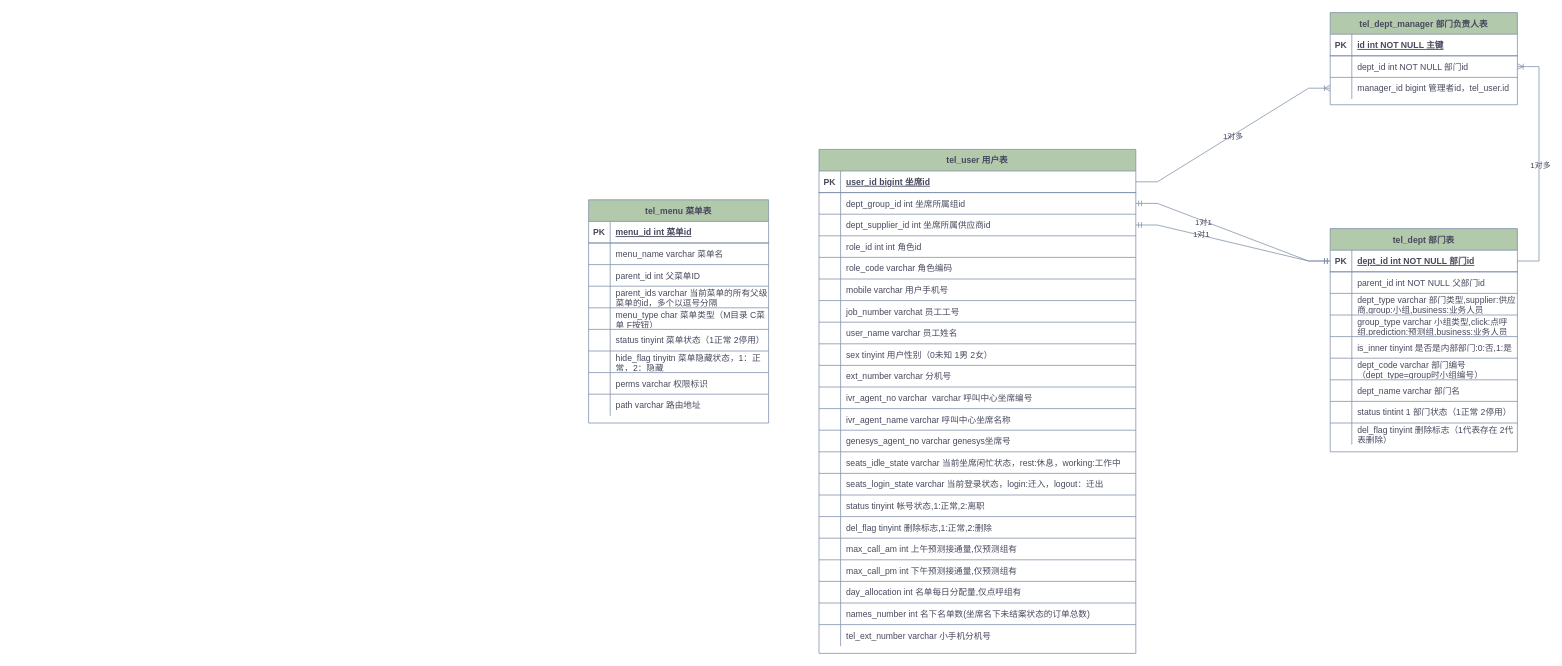
The draw.io diagram 电销系统ER图.drawio in yuanlj-tea/picgo, before the edit. Source tidied: cells renumbered, new cells numbered last; positions are measured from the earlier drawing's top-left corner, leaving out a move shared by most shapes. Both pictures are drawn from the tidied source at 72%, with x=0, y=0 at pixel (588, 12).
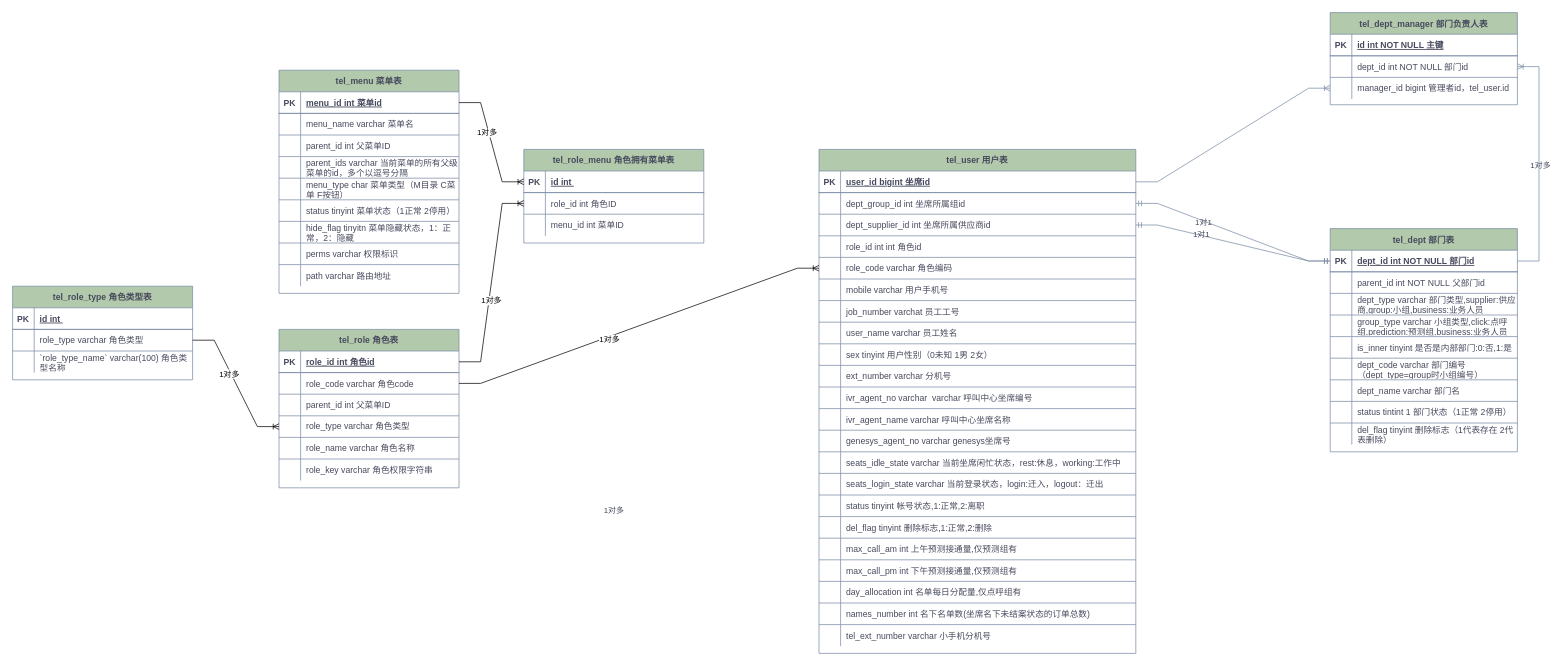
The same diagram, later.

Commit message (it also covers changes not shown here):
更新电销系统ER图.drawio

The change refers to these unchanged cells:
```xml
<mxCell id="53" style="shape=partialRectangle;fillColor=none;points=[[0,0.5],[1,0.5]];portConstraint=eastwest;top=0;left=0;right=0;bottom=0;labelBackgroundColor=none;strokeColor=#788AA3;fontColor=#46495D;" parent="40" vertex="1">
  <mxGeometry y="150" width="440" height="30" as="geometry" />
</mxCell>
<mxCell id="111" style="edgeStyle=entityRelationEdgeStyle;fontSize=12;html=1;endArrow=ERoneToMany;rounded=0;exitX=1;exitY=0.5;exitDx=0;exitDy=0;entryX=0;entryY=0.5;entryDx=0;entryDy=0;labelBackgroundColor=none;strokeColor=#788AA3;fontColor=default;" parent="1" edge="1" source="41" target="37">
  <mxGeometry relative="1" as="geometry">
    <Array as="points">
      <mxPoint x="340" y="340" />
      <mxPoint x="500" y="430" />
      <mxPoint x="330" y="380" />
      <mxPoint x="760" y="530" />
      <mxPoint x="470" y="450" />
      <mxPoint x="340" y="430" />
      <mxPoint x="550" y="380" />
    </Array>
  </mxGeometry>
</mxCell>
<mxCell id="114" style="shape=partialRectangle;fillColor=none;points=[[0,0.5],[1,0.5]];portConstraint=eastwest;top=0;left=0;right=0;bottom=1;labelBackgroundColor=none;strokeColor=#788AA3;fontColor=#46495D;" parent="113" vertex="1">
  <mxGeometry y="30" width="250" height="30" as="geometry" />
</mxCell>
```

What changed in the source:
```diff
@@
     <mxCell id="112" value="1对多" style="edgeLabel;html=1;align=center;verticalAlign=middle;labelBackgroundColor=none;fontColor=#46495D;" parent="111" vertex="1">
-      <mxGeometry x="-0.01" y="-1" relative="1" as="geometry" />
+      <mxGeometry x="-0.01" y="-1" relative="1" as="geometry">
+        <mxPoint x="-860" y="520" as="offset" />
+      </mxGeometry>
     </mxCell>
     <mxCell id="113" value="tel_menu 菜单表" style="shape=table;startSize=30;childLayout=tableLayout;rowLines=1;fontStyle=1;align=center;labelBackgroundColor=none;fillColor=#B2C9AB;strokeColor=#788AA3;fontColor=#46495D;" parent="1" vertex="1">
-      <mxGeometry y="260" width="250" height="310" as="geometry" />
+      <mxGeometry x="-430" y="80" width="250" height="310" as="geometry" />
     </mxCell>
@@
+    <mxCell id="143" value="tel_role 角色表" style="shape=table;startSize=30;childLayout=tableLayout;rowLines=1;fontStyle=1;align=center;labelBackgroundColor=none;fillColor=#B2C9AB;strokeColor=#788AA3;fontColor=#46495D;" parent="1" vertex="1">
+      <mxGeometry x="-430" y="440" width="250" height="220" as="geometry" />
+    </mxCell>
+    <mxCell id="144" style="shape=partialRectangle;fillColor=none;points=[[0,0.5],[1,0.5]];portConstraint=eastwest;top=0;left=0;right=0;bottom=1;labelBackgroundColor=none;strokeColor=#788AA3;fontColor=#46495D;" parent="143" vertex="1">
+      <mxGeometry y="30" width="250" height="30" as="geometry" />
+    </mxCell>
+    <mxCell id="145" value="PK" style="shape=partialRectangle;overflow=hidden;fillColor=none;top=0;left=0;bottom=0;right=0;fontStyle=1;labelBackgroundColor=none;strokeColor=#788AA3;fontColor=#46495D;" parent="144" vertex="1">
+      <mxGeometry width="30" height="30" as="geometry" />
+    </mxCell>
+    <mxCell id="146" value="role_id int 角色id" style="shape=partialRectangle;overflow=hidden;fillColor=none;top=0;left=0;bottom=0;right=0;align=left;spacingLeft=6;fontStyle=5;labelBackgroundColor=none;strokeColor=#788AA3;fontColor=#46495D;" parent="144" vertex="1">
+      <mxGeometry x="30" width="220" height="30" as="geometry" />
+    </mxCell>
+    <mxCell id="147" style="shape=partialRectangle;fillColor=none;points=[[0,0.5],[1,0.5]];portConstraint=eastwest;top=0;left=0;right=0;bottom=0;labelBackgroundColor=none;strokeColor=#788AA3;fontColor=#46495D;" parent="143" vertex="1">
+      <mxGeometry y="60" width="250" height="30" as="geometry" />
+    </mxCell>
+    <mxCell id="148" style="shape=partialRectangle;overflow=hidden;fillColor=none;top=0;left=0;bottom=0;right=0;labelBackgroundColor=none;strokeColor=#788AA3;fontColor=#46495D;" parent="147" vertex="1">
+      <mxGeometry width="30" height="30" as="geometry" />
+    </mxCell>
+    <mxCell id="149" value="role_code varchar 角色code" style="shape=partialRectangle;overflow=hidden;fillColor=none;top=0;left=0;bottom=0;right=0;align=left;spacingLeft=6;labelBackgroundColor=none;strokeColor=#788AA3;fontColor=#46495D;" parent="147" vertex="1">
+      <mxGeometry x="30" width="220" height="30" as="geometry" />
+    </mxCell>
+    <mxCell id="150" style="shape=partialRectangle;fillColor=none;top=0;left=0;right=0;bottom=0;labelBackgroundColor=none;strokeColor=#788AA3;fontColor=#46495D;" parent="143" vertex="1">
+      <mxGeometry y="90" width="250" height="30" as="geometry" />
+    </mxCell>
+    <mxCell id="151" style="shape=partialRectangle;overflow=hidden;fillColor=none;top=0;left=0;bottom=0;right=0;labelBackgroundColor=none;strokeColor=#788AA3;fontColor=#46495D;" parent="150" vertex="1">
+      <mxGeometry width="30" height="30" as="geometry" />
+    </mxCell>
+    <mxCell id="152" value="parent_id int 父菜单ID" style="shape=partialRectangle;overflow=hidden;fillColor=none;top=0;left=0;bottom=0;right=0;align=left;spacingLeft=6;labelBackgroundColor=none;strokeColor=#788AA3;fontColor=#46495D;" parent="150" vertex="1">
+      <mxGeometry x="30" width="220" height="30" as="geometry" />
+    </mxCell>
+    <mxCell id="153" style="shape=partialRectangle;fillColor=none;points=[[0,0.5],[1,0.5]];portConstraint=eastwest;top=0;left=0;right=0;bottom=0;labelBackgroundColor=none;strokeColor=#788AA3;fontColor=#46495D;" parent="143" vertex="1">
+      <mxGeometry y="120" width="250" height="30" as="geometry" />
+    </mxCell>
+    <mxCell id="154" style="shape=partialRectangle;overflow=hidden;fillColor=none;top=0;left=0;bottom=0;right=0;labelBackgroundColor=none;strokeColor=#788AA3;fontColor=#46495D;" parent="153" vertex="1">
+      <mxGeometry width="30" height="30" as="geometry" />
+    </mxCell>
+    <mxCell id="155" value="role_type varchar 角色类型" style="shape=partialRectangle;overflow=hidden;fillColor=none;top=0;left=0;bottom=0;right=0;align=left;spacingLeft=6;labelBackgroundColor=none;strokeColor=#788AA3;fontColor=#46495D;whiteSpace=wrap;" parent="153" vertex="1">
+      <mxGeometry x="30" width="220" height="30" as="geometry" />
+    </mxCell>
+    <mxCell id="156" style="shape=partialRectangle;fillColor=none;top=0;left=0;right=0;bottom=0;labelBackgroundColor=none;strokeColor=#788AA3;fontColor=#46495D;" parent="143" vertex="1">
+      <mxGeometry y="150" width="250" height="30" as="geometry" />
+    </mxCell>
+    <mxCell id="157" style="shape=partialRectangle;overflow=hidden;fillColor=none;top=0;left=0;bottom=0;right=0;labelBackgroundColor=none;strokeColor=#788AA3;fontColor=#46495D;" parent="156" vertex="1">
+      <mxGeometry width="30" height="30" as="geometry" />
+    </mxCell>
+    <mxCell id="158" value="role_name varchar 角色名称" style="shape=partialRectangle;overflow=hidden;fillColor=none;top=0;left=0;bottom=0;right=0;align=left;spacingLeft=6;labelBackgroundColor=none;strokeColor=#788AA3;fontColor=#46495D;whiteSpace=wrap;" parent="156" vertex="1">
+      <mxGeometry x="30" width="220" height="30" as="geometry" />
+    </mxCell>
+    <mxCell id="159" style="shape=partialRectangle;fillColor=none;top=0;left=0;right=0;bottom=0;labelBackgroundColor=none;strokeColor=#788AA3;fontColor=#46495D;" parent="143" vertex="1">
+      <mxGeometry y="180" width="250" height="30" as="geometry" />
+    </mxCell>
+    <mxCell id="160" style="shape=partialRectangle;overflow=hidden;fillColor=none;top=0;left=0;bottom=0;right=0;labelBackgroundColor=none;strokeColor=#788AA3;fontColor=#46495D;" parent="159" vertex="1">
+      <mxGeometry width="30" height="30" as="geometry" />
+    </mxCell>
+    <mxCell id="161" value="role_key varchar 角色权限字符串" style="shape=partialRectangle;overflow=hidden;fillColor=none;top=0;left=0;bottom=0;right=0;align=left;spacingLeft=6;labelBackgroundColor=none;strokeColor=#788AA3;fontColor=#46495D;" parent="159" vertex="1">
+      <mxGeometry x="30" width="220" height="30" as="geometry" />
+    </mxCell>
+    <mxCell id="162" value="tel_role_type 角色类型表" style="shape=table;startSize=30;childLayout=tableLayout;rowLines=1;fontStyle=1;align=center;labelBackgroundColor=none;fillColor=#B2C9AB;strokeColor=#788AA3;fontColor=#46495D;" parent="1" vertex="1">
+      <mxGeometry x="-800" y="380" width="250" height="130" as="geometry" />
+    </mxCell>
+    <mxCell id="163" style="shape=partialRectangle;fillColor=none;top=0;left=0;right=0;bottom=1;labelBackgroundColor=none;strokeColor=#788AA3;fontColor=#46495D;" parent="162" vertex="1">
+      <mxGeometry y="30" width="250" height="30" as="geometry" />
+    </mxCell>
+    <mxCell id="164" value="PK" style="shape=partialRectangle;overflow=hidden;fillColor=none;top=0;left=0;bottom=0;right=0;fontStyle=1;labelBackgroundColor=none;strokeColor=#788AA3;fontColor=#46495D;" parent="163" vertex="1">
+      <mxGeometry width="30" height="30" as="geometry" />
+    </mxCell>
+    <mxCell id="165" value="id int " style="shape=partialRectangle;overflow=hidden;fillColor=none;top=0;left=0;bottom=0;right=0;align=left;spacingLeft=6;fontStyle=5;labelBackgroundColor=none;strokeColor=#788AA3;fontColor=#46495D;" parent="163" vertex="1">
+      <mxGeometry x="30" width="220" height="30" as="geometry" />
+    </mxCell>
+    <mxCell id="166" style="shape=partialRectangle;fillColor=none;points=[[0,0.5],[1,0.5]];portConstraint=eastwest;top=0;left=0;right=0;bottom=0;labelBackgroundColor=none;strokeColor=#788AA3;fontColor=#46495D;" parent="162" vertex="1">
+      <mxGeometry y="60" width="250" height="30" as="geometry" />
+    </mxCell>
+    <mxCell id="167" style="shape=partialRectangle;overflow=hidden;fillColor=none;top=0;left=0;bottom=0;right=0;labelBackgroundColor=none;strokeColor=#788AA3;fontColor=#46495D;" parent="166" vertex="1">
+      <mxGeometry width="30" height="30" as="geometry" />
+    </mxCell>
+    <mxCell id="168" value="role_type varchar 角色类型" style="shape=partialRectangle;overflow=hidden;fillColor=none;top=0;left=0;bottom=0;right=0;align=left;spacingLeft=6;labelBackgroundColor=none;strokeColor=#788AA3;fontColor=#46495D;" parent="166" vertex="1">
+      <mxGeometry x="30" width="220" height="30" as="geometry" />
+    </mxCell>
+    <mxCell id="169" style="shape=partialRectangle;fillColor=none;top=0;left=0;right=0;bottom=0;labelBackgroundColor=none;strokeColor=#788AA3;fontColor=#46495D;" parent="162" vertex="1">
+      <mxGeometry y="90" width="250" height="30" as="geometry" />
+    </mxCell>
+    <mxCell id="170" style="shape=partialRectangle;overflow=hidden;fillColor=none;top=0;left=0;bottom=0;right=0;labelBackgroundColor=none;strokeColor=#788AA3;fontColor=#46495D;" parent="169" vertex="1">
+      <mxGeometry width="30" height="30" as="geometry" />
+    </mxCell>
+    <mxCell id="171" value="`role_type_name` varchar(100) 角色类型名称" style="shape=partialRectangle;overflow=hidden;fillColor=none;top=0;left=0;bottom=0;right=0;align=left;spacingLeft=6;labelBackgroundColor=none;strokeColor=#788AA3;fontColor=#46495D;whiteSpace=wrap;" parent="169" vertex="1">
+      <mxGeometry x="30" width="220" height="30" as="geometry" />
+    </mxCell>
+    <mxCell id="172" value="tel_role_menu 角色拥有菜单表" style="shape=table;startSize=30;childLayout=tableLayout;rowLines=1;fontStyle=1;align=center;labelBackgroundColor=none;fillColor=#B2C9AB;strokeColor=#788AA3;fontColor=#46495D;" parent="1" vertex="1">
+      <mxGeometry x="-90" y="190" width="250" height="130" as="geometry" />
+    </mxCell>
+    <mxCell id="173" style="shape=partialRectangle;fillColor=none;points=[[0,0.5],[1,0.5]];portConstraint=eastwest;top=0;left=0;right=0;bottom=1;labelBackgroundColor=none;strokeColor=#788AA3;fontColor=#46495D;" parent="172" vertex="1">
+      <mxGeometry y="30" width="250" height="30" as="geometry" />
+    </mxCell>
+    <mxCell id="174" value="PK" style="shape=partialRectangle;overflow=hidden;fillColor=none;top=0;left=0;bottom=0;right=0;fontStyle=1;labelBackgroundColor=none;strokeColor=#788AA3;fontColor=#46495D;" parent="173" vertex="1">
+      <mxGeometry width="30" height="30" as="geometry" />
+    </mxCell>
+    <mxCell id="175" value="id int " style="shape=partialRectangle;overflow=hidden;fillColor=none;top=0;left=0;bottom=0;right=0;align=left;spacingLeft=6;fontStyle=5;labelBackgroundColor=none;strokeColor=#788AA3;fontColor=#46495D;" parent="173" vertex="1">
+      <mxGeometry x="30" width="220" height="30" as="geometry" />
+    </mxCell>
+    <mxCell id="176" style="shape=partialRectangle;fillColor=none;points=[[0,0.5],[1,0.5]];portConstraint=eastwest;top=0;left=0;right=0;bottom=0;labelBackgroundColor=none;strokeColor=#788AA3;fontColor=#46495D;" parent="172" vertex="1">
+      <mxGeometry y="60" width="250" height="30" as="geometry" />
+    </mxCell>
+    <mxCell id="177" style="shape=partialRectangle;overflow=hidden;fillColor=none;top=0;left=0;bottom=0;right=0;labelBackgroundColor=none;strokeColor=#788AA3;fontColor=#46495D;" parent="176" vertex="1">
+      <mxGeometry width="30" height="30" as="geometry" />
+    </mxCell>
+    <mxCell id="178" value="role_id int 角色ID" style="shape=partialRectangle;overflow=hidden;fillColor=none;top=0;left=0;bottom=0;right=0;align=left;spacingLeft=6;labelBackgroundColor=none;strokeColor=#788AA3;fontColor=#46495D;" parent="176" vertex="1">
+      <mxGeometry x="30" width="220" height="30" as="geometry" />
+    </mxCell>
+    <mxCell id="179" style="shape=partialRectangle;fillColor=none;top=0;left=0;right=0;bottom=0;labelBackgroundColor=none;strokeColor=#788AA3;fontColor=#46495D;" parent="172" vertex="1">
+      <mxGeometry y="90" width="250" height="30" as="geometry" />
+    </mxCell>
+    <mxCell id="180" style="shape=partialRectangle;overflow=hidden;fillColor=none;top=0;left=0;bottom=0;right=0;labelBackgroundColor=none;strokeColor=#788AA3;fontColor=#46495D;" parent="179" vertex="1">
+      <mxGeometry width="30" height="30" as="geometry" />
+    </mxCell>
+    <mxCell id="181" value="menu_id int 菜单ID" style="shape=partialRectangle;overflow=hidden;fillColor=none;top=0;left=0;bottom=0;right=0;align=left;spacingLeft=6;labelBackgroundColor=none;strokeColor=#788AA3;fontColor=#46495D;" parent="179" vertex="1">
+      <mxGeometry x="30" width="220" height="30" as="geometry" />
+    </mxCell>
+    <mxCell id="182" style="edgeStyle=entityRelationEdgeStyle;fontSize=12;html=1;endArrow=ERoneToMany;rounded=0;entryX=0;entryY=0.5;entryDx=0;entryDy=0;exitX=1;exitY=0.5;exitDx=0;exitDy=0;" parent="1" edge="1" source="166" target="153">
+      <mxGeometry relative="1" as="geometry" />
+    </mxCell>
+    <mxCell id="183" value="1对多" style="edgeLabel;html=1;align=center;verticalAlign=middle;" parent="182" vertex="1">
+      <mxGeometry x="-0.17" y="-3" relative="1" as="geometry" />
+    </mxCell>
+    <mxCell id="184" style="edgeStyle=entityRelationEdgeStyle;fontSize=12;html=1;endArrow=ERoneToMany;rounded=0;entryX=0;entryY=0.5;entryDx=0;entryDy=0;exitX=1;exitY=0.5;exitDx=0;exitDy=0;" parent="1" edge="1" source="144" target="176">
+      <mxGeometry relative="1" as="geometry" />
+    </mxCell>
+    <mxCell id="185" value="1对多" style="edgeLabel;html=1;align=center;verticalAlign=middle;" parent="184" vertex="1">
+      <mxGeometry x="-0.17" y="-3" relative="1" as="geometry" />
+    </mxCell>
+    <mxCell id="186" style="edgeStyle=entityRelationEdgeStyle;fontSize=12;html=1;endArrow=ERoneToMany;rounded=0;entryX=0;entryY=0.5;entryDx=0;entryDy=0;exitX=1;exitY=0.5;exitDx=0;exitDy=0;" parent="1" edge="1" source="114" target="173">
+      <mxGeometry relative="1" as="geometry" />
+    </mxCell>
+    <mxCell id="187" value="1对多" style="edgeLabel;html=1;align=center;verticalAlign=middle;" parent="186" vertex="1">
+      <mxGeometry x="-0.17" y="-3" relative="1" as="geometry" />
+    </mxCell>
+    <mxCell id="188" style="edgeStyle=entityRelationEdgeStyle;fontSize=12;html=1;endArrow=ERoneToMany;rounded=0;entryX=0;entryY=0.5;entryDx=0;entryDy=0;exitX=1;exitY=0.5;exitDx=0;exitDy=0;" parent="1" edge="1" source="147" target="53">
+      <mxGeometry relative="1" as="geometry" />
+    </mxCell>
+    <mxCell id="189" value="1对多" style="edgeLabel;html=1;align=center;verticalAlign=middle;" parent="188" vertex="1">
+      <mxGeometry x="-0.17" y="-3" relative="1" as="geometry" />
+    </mxCell>
```
